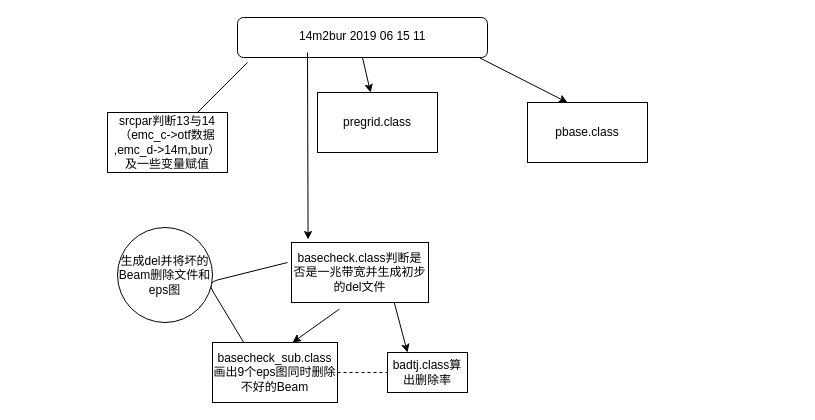
syjin123/jsy keeps this draw.io diagram as 未命名表单.drawio. Above is the earlier version. Source tidied: cells renumbered, new cells numbered last; positions are measured from the earlier drawing's top-left corner, leaving out a move shared by most shapes. Both pictures are drawn from the tidied source at 100%, with x=0, y=0 at pixel (107, 17).
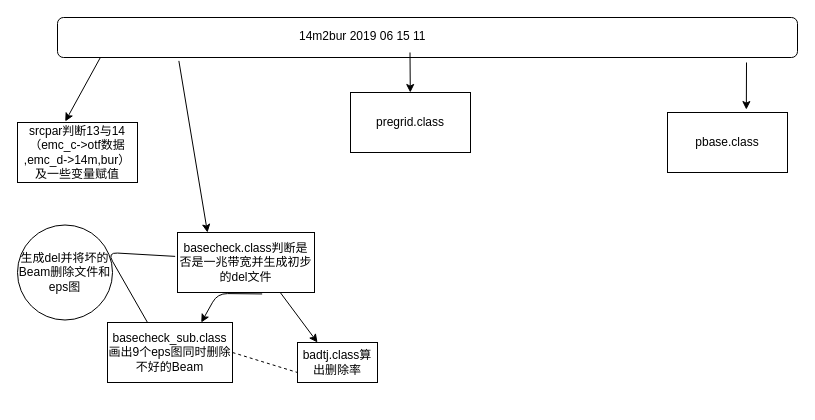
Above is the later version.

Commit message:
更新未命名表单.drawio

The change refers to these unchanged cells:
```xml
<mxCell id="3" value="14m2bur 2019 06 15 11" style="text;html=1;" parent="1" vertex="1">
  <mxGeometry x="190" y="5" width="150" height="30" as="geometry" />
</mxCell>
```

The edit, as a diff of the source:
```diff
@@
     <mxCell id="2" style="rounded=1;whiteSpace=wrap;html=1;" parent="1" vertex="1">
-      <mxGeometry x="130" width="250" height="40" as="geometry" />
+      <mxGeometry x="-50" width="740" height="40" as="geometry" />
     </mxCell>
@@
-    <mxCell id="4" style="endArrow=none;html=1;" parent="1" edge="1">
-      <mxGeometry relative="1" as="geometry">
-        <mxPoint x="90" y="95" as="sourcePoint" />
-        <mxPoint x="140" y="45" as="targetPoint" />
-      </mxGeometry>
-    </mxCell>
-    <mxCell id="5" style="endArrow=classic;html=1;entryX=0.121;entryY=-0.05;entryDx=0;entryDy=0;entryPerimeter=0;" parent="1" edge="1" target="7">
+    <mxCell id="5" style="endArrow=classic;html=1;exitX=0.164;exitY=1.085;exitDx=0;exitDy=0;exitPerimeter=0;" parent="1" edge="1" source="2">
       <mxGeometry relative="1" as="geometry">
-        <mxPoint x="200" y="35" as="sourcePoint" />
+        <mxPoint x="100" y="215" as="targetPoint" />
       </mxGeometry>
     </mxCell>
     <mxCell id="6" value="&lt;span&gt;srcpar判断13与14（emc_c-&amp;gt;otf数据 ,emc_d-&amp;gt;14m,bur）及一些变量赋值&lt;/span&gt;" style="rounded=0;whiteSpace=wrap;html=1;" parent="1" vertex="1">
-      <mxGeometry y="95" width="120" height="60" as="geometry" />
+      <mxGeometry x="-90" y="105" width="120" height="60" as="geometry" />
     </mxCell>
     <mxCell id="7" value="basecheck.class判断是否是一兆带宽并生成初步的del文件" style="rounded=0;whiteSpace=wrap;html=1;" parent="1" vertex="1">
-      <mxGeometry x="184" y="225" width="137" height="60" as="geometry" />
+      <mxGeometry x="70" y="215" width="137" height="60" as="geometry" />
     </mxCell>
     <mxCell id="8" value="basecheck_sub.class画出9个eps图同时删除不好的Beam" style="rounded=0;whiteSpace=wrap;html=1;" parent="1" vertex="1">
-      <mxGeometry x="105" y="325" width="125" height="60" as="geometry" />
+      <mxGeometry y="305" width="125" height="60" as="geometry" />
     </mxCell>
-    <mxCell id="9" style="endArrow=none;html=1;exitX=0.25;exitY=0;exitDx=0;exitDy=0;" parent="1" edge="1" source="8">
-      <mxGeometry relative="1" as="geometry">
-        <mxPoint x="180" y="245" as="targetPoint" />
-        <Array as="points">
-          <mxPoint x="100" y="265" />
-        </Array>
-      </mxGeometry>
-    </mxCell>
-    <mxCell id="10" value="生成del并将坏的Beam删除文件和eps图" style="ellipse;whiteSpace=wrap;html=1;" parent="1" vertex="1">
-      <mxGeometry x="10" y="210" width="95" height="95" as="geometry" />
-    </mxCell>
-    <mxCell id="11" style="endArrow=classic;html=1;exitX=0.35;exitY=1.109;exitDx=0;exitDy=0;exitPerimeter=0;" parent="1" edge="1" source="7">
+    <mxCell id="11" style="endArrow=classic;html=1;exitX=0.618;exitY=1.024;exitDx=0;exitDy=0;exitPerimeter=0;entryX=0.75;entryY=0;entryDx=0;entryDy=0;" parent="1" edge="1" source="7" target="8">
       <mxGeometry relative="1" as="geometry">
-        <mxPoint x="185" y="325" as="targetPoint" />
+        <Array as="points">
+          <mxPoint x="110" y="276" />
+        </Array>
       </mxGeometry>
     </mxCell>
     <mxCell id="12" style="endArrow=classic;html=1;exitX=0.75;exitY=1;exitDx=0;exitDy=0;" parent="1" edge="1" source="7">
       <mxGeometry relative="1" as="geometry">
-        <mxPoint x="300" y="335" as="targetPoint" />
+        <mxPoint x="210" y="325" as="targetPoint" />
       </mxGeometry>
     </mxCell>
     <mxCell id="13" value="badtj.class算出删除率" style="rounded=0;whiteSpace=wrap;html=1;" parent="1" vertex="1">
-      <mxGeometry x="280" y="335" width="80" height="40" as="geometry" />
+      <mxGeometry x="190" y="325" width="80" height="40" as="geometry" />
     </mxCell>
-    <mxCell id="14" style="endArrow=classic;html=1;exitX=0.5;exitY=1;exitDx=0;exitDy=0;" parent="1" edge="1" source="2" target="15">
+    <mxCell id="14" style="endArrow=classic;html=1;exitX=0.75;exitY=1;exitDx=0;exitDy=0;" parent="1" edge="1" source="3" target="15">
       <mxGeometry relative="1" as="geometry" />
     </mxCell>
     <mxCell id="15" value="pregrid.class" style="rounded=0;whiteSpace=wrap;html=1;" parent="1" vertex="1">
-      <mxGeometry x="210" y="75" width="120" height="60" as="geometry" />
+      <mxGeometry x="243" y="75" width="120" height="60" as="geometry" />
     </mxCell>
     <mxCell id="16" style="endArrow=none;dashed=1;html=1;exitX=1;exitY=0.5;exitDx=0;exitDy=0;" parent="1" edge="1" source="8">
       <mxGeometry relative="1" as="geometry">
-        <mxPoint x="280" y="355" as="targetPoint" />
+        <mxPoint x="190" y="355" as="targetPoint" />
       </mxGeometry>
     </mxCell>
-    <mxCell id="17" style="endArrow=classic;html=1;exitX=0.968;exitY=1.007;exitDx=0;exitDy=0;exitPerimeter=0;" parent="1" edge="1" source="2">
+    <mxCell id="17" style="endArrow=classic;html=1;entryX=0.657;entryY=-0.049;entryDx=0;entryDy=0;entryPerimeter=0;" parent="1" edge="1" target="18">
       <mxGeometry relative="1" as="geometry">
-        <mxPoint x="460" y="85" as="targetPoint" />
+        <mxPoint x="639" y="45" as="sourcePoint" />
       </mxGeometry>
     </mxCell>
     <mxCell id="18" value="pbase.class" style="rounded=0;whiteSpace=wrap;html=1;" parent="1" vertex="1">
-      <mxGeometry x="420" y="85" width="120" height="60" as="geometry" />
+      <mxGeometry x="560" y="95" width="120" height="60" as="geometry" />
     </mxCell>
+    <mxCell id="19" style="endArrow=classic;html=1;entryX=0.398;entryY=-0.018;entryDx=0;entryDy=0;entryPerimeter=0;exitX=0.058;exitY=0.998;exitDx=0;exitDy=0;exitPerimeter=0;" parent="1" edge="1" source="2" target="6">
+      <mxGeometry relative="1" as="geometry" />
+    </mxCell>
+    <mxCell id="10" value="生成del并将坏的Beam删除文件和eps图" style="ellipse;whiteSpace=wrap;html=1;" parent="1" vertex="1">
+      <mxGeometry x="-90" y="207.5" width="95" height="95" as="geometry" />
+    </mxCell>
+    <mxCell id="9" style="endArrow=none;html=1;entryX=-0.017;entryY=0.398;entryDx=0;entryDy=0;entryPerimeter=0;" parent="1" edge="1" target="7">
+      <mxGeometry relative="1" as="geometry">
+        <mxPoint x="40" y="305" as="sourcePoint" />
+        <Array as="points">
+          <mxPoint x="40" y="305" />
+          <mxPoint y="235" />
+        </Array>
+      </mxGeometry>
+    </mxCell>
```
